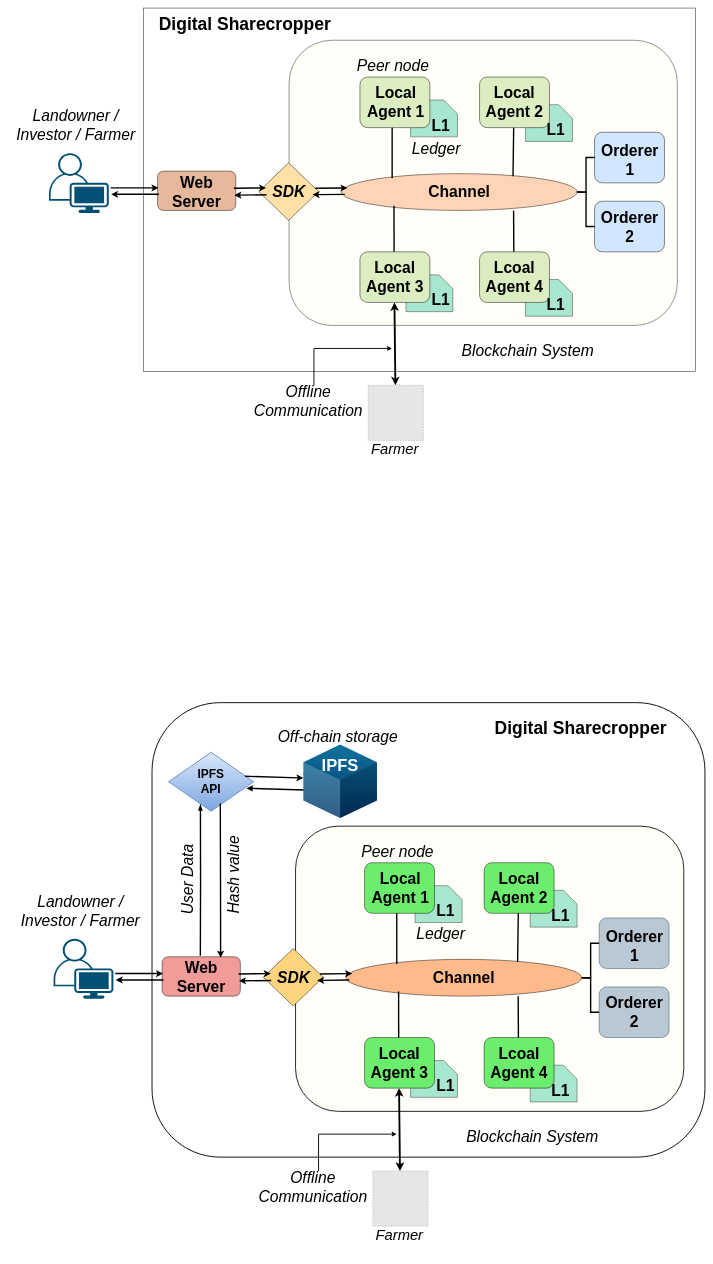
The draw.io diagram page "Page-2" (2 of 4) of files/Fabric-Diagrams.drawio in Arif-Shahriar028/draw.io, before the edit. Source tidied: cells renumbered, new cells numbered last; positions are measured from the earlier drawing's top-left corner, leaving out a move shared by most shapes. Both pictures are drawn from the tidied source at 46%, with x=0, y=0 at pixel (8, 8). Pictures stored in the file or linked from it are replaced by grey dashed boxes.
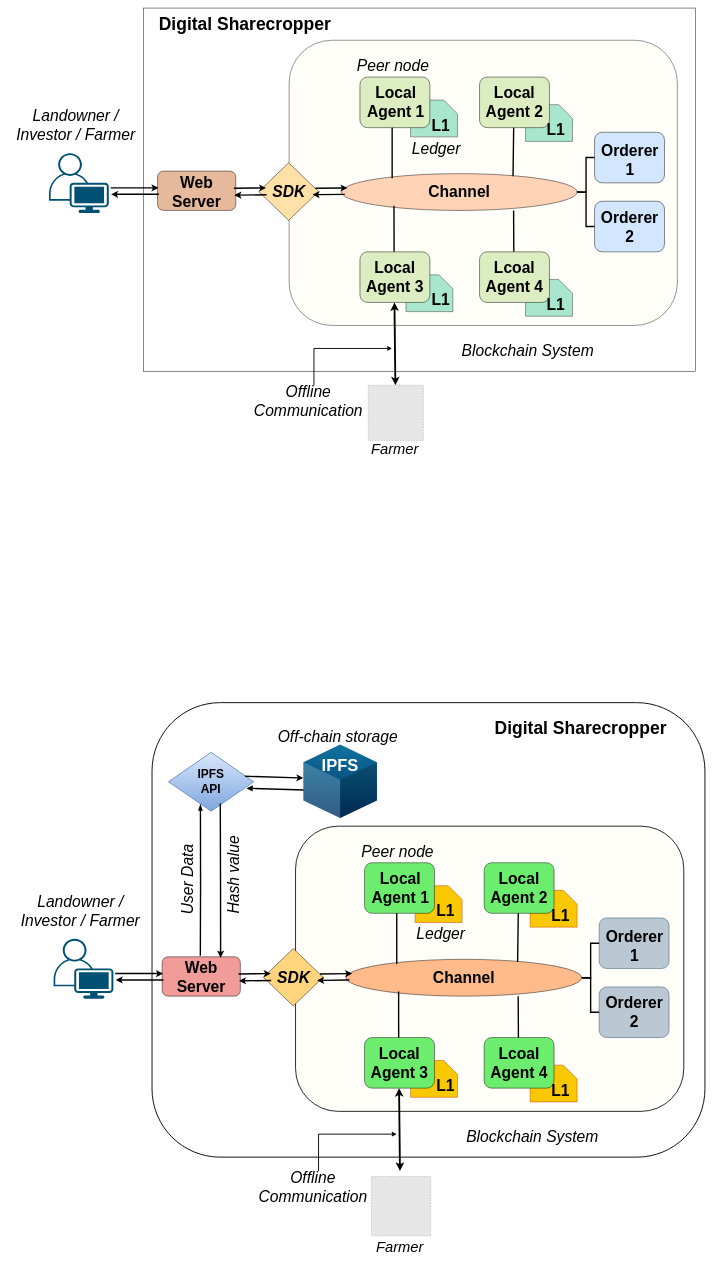
Above is the later version.

Change to the diagram source:
```diff
@@
-    <mxCell id="55" style="shape=card;whiteSpace=wrap;html=1;direction=south;fillColor=#a8e6cf;gradientColor=none;strokeColor=#333333;fontStyle=2;fontSize=34;" parent="1" vertex="1">
+    <mxCell id="55" style="shape=card;whiteSpace=wrap;html=1;direction=south;fillColor=#FAC800;strokeColor=#C73500;fontStyle=2;fontSize=34;fontColor=#000000;" parent="1" vertex="1">
       <mxGeometry x="1135" y="2298" width="102" height="80" as="geometry" />
     </mxCell>
-    <mxCell id="56" style="shape=card;whiteSpace=wrap;html=1;direction=south;fillColor=#a8e6cf;gradientColor=none;strokeColor=#333333;fontStyle=2;fontSize=34;" parent="1" vertex="1">
+    <mxCell id="56" style="shape=card;whiteSpace=wrap;html=1;direction=south;fillColor=#FAC800;strokeColor=#C73500;fontStyle=2;fontSize=34;fontColor=#000000;" parent="1" vertex="1">
       <mxGeometry x="875" y="2288" width="102" height="80" as="geometry" />
     </mxCell>
-    <mxCell id="57" style="shape=card;whiteSpace=wrap;html=1;direction=south;fillColor=#a8e6cf;gradientColor=none;strokeColor=#333333;fontStyle=2;fontSize=34;" parent="1" vertex="1">
+    <mxCell id="57" style="shape=card;whiteSpace=wrap;html=1;direction=south;fillColor=#FAC800;strokeColor=#C73500;fontStyle=2;fontSize=34;fontColor=#000000;" parent="1" vertex="1">
       <mxGeometry x="1135" y="1918" width="102" height="80" as="geometry" />
     </mxCell>
-    <mxCell id="58" style="shape=card;whiteSpace=wrap;html=1;direction=south;fillColor=#a8e6cf;strokeColor=#333333;gradientColor=none;fontStyle=2;fontSize=34;" parent="1" vertex="1">
+    <mxCell id="58" style="shape=card;whiteSpace=wrap;html=1;direction=south;fillColor=#FAC800;strokeColor=#C73500;fontStyle=2;fontSize=34;fontColor=#000000;" parent="1" vertex="1">
       <mxGeometry x="885" y="1908" width="102" height="80" as="geometry" />
     </mxCell>
@@
-    <mxCell id="94" style="fillColor=#E6E6E6;strokeColor=#999999;dashed=1;html=1;verticalAlign=top;verticalLabelPosition=bottom;labelBackgroundColor=#ffffff;fontStyle=2;fontSize=34;" parent="1" vertex="1">
-      <mxGeometry x="793" y="2528" width="120" height="120" as="geometry" />
-    </mxCell>
@@
     <mxCell id="98" value="&lt;font style=&quot;font-size: 32px;&quot;&gt;&lt;span style=&quot;font-size: 32px;&quot;&gt;Farmer&lt;/span&gt;&lt;/font&gt;" style="text;html=1;strokeColor=none;fillColor=none;align=center;verticalAlign=middle;whiteSpace=wrap;rounded=0;fontStyle=2;fontSize=32;" parent="1" vertex="1">
-      <mxGeometry x="821" y="2653" width="60" height="30" as="geometry" />
+      <mxGeometry x="822" y="2679" width="60" height="30" as="geometry" />
     </mxCell>
@@
+    <mxCell id="115" style="fillColor=#E6E6E6;strokeColor=#999999;dashed=1;verticalLabelPosition=bottom;verticalAlign=top;" parent="1" vertex="1">
+      <mxGeometry x="790" y="2540" width="129" height="129" as="geometry" />
+    </mxCell>
```
